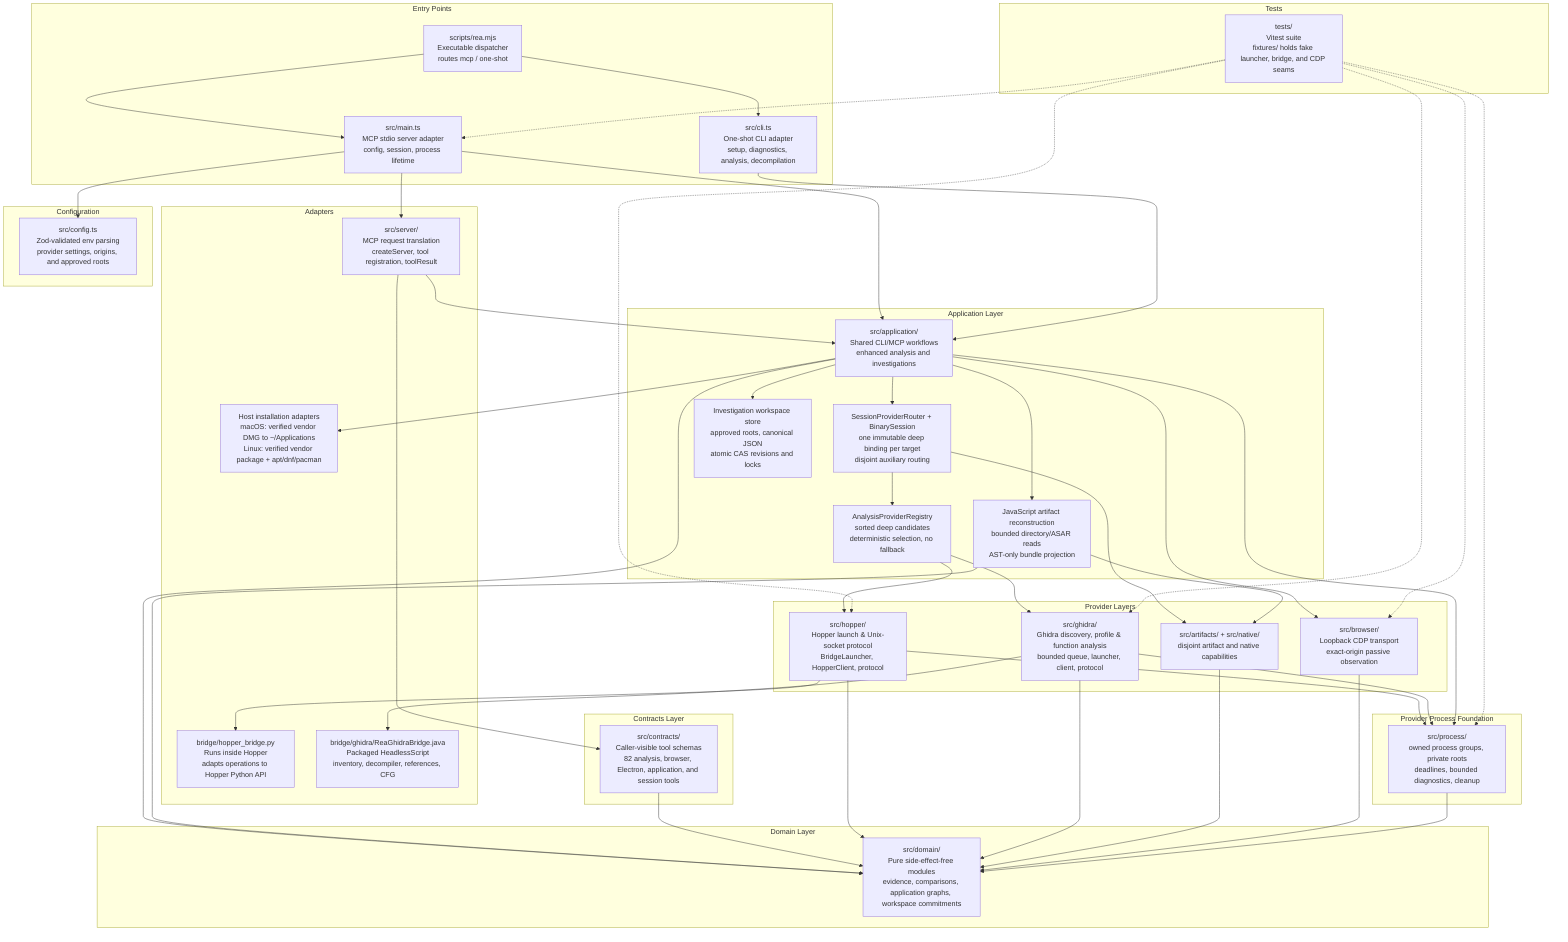
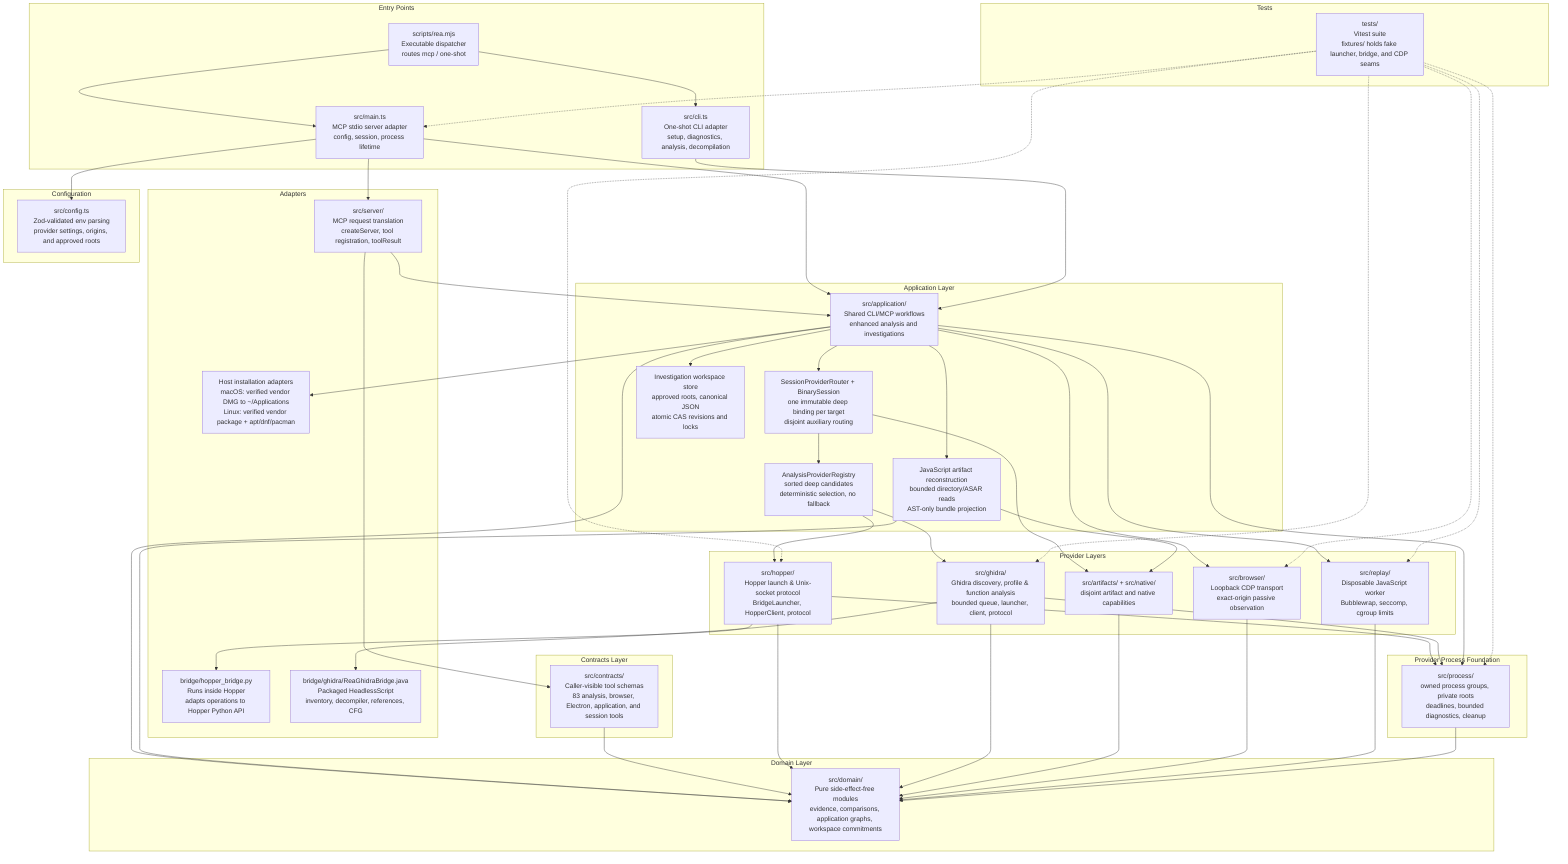
graph TD
    subgraph "Entry Points"
        CLI["src/cli.ts<br/>One-shot CLI adapter<br/>setup, diagnostics, analysis, decompilation"]
        MAIN["src/main.ts<br/>MCP stdio server adapter<br/>config, session, process lifetime"]
        DISPATCH["scripts/rea.mjs<br/>Executable dispatcher<br/>routes mcp / one-shot"]
    end

    subgraph "Adapters"
        SERVER["src/server/<br/>MCP request translation<br/>createServer, tool registration, toolResult"]
        HOPPER_BRIDGE["bridge/hopper_bridge.py<br/>Runs inside Hopper<br/>adapts operations to Hopper Python API"]
        GHIDRA_BRIDGE["bridge/ghidra/ReaGhidraBridge.java<br/>Packaged HeadlessScript<br/>inventory, decompiler, references, CFG"]
        INSTALL["Host installation adapters<br/>macOS: verified vendor DMG to ~/Applications<br/>Linux: verified vendor package + apt/dnf/pacman"]
    end

    subgraph "Application Layer"
        APP["src/application/<br/>Shared CLI/MCP workflows<br/>enhanced analysis and investigations"]
        SESSION["SessionProviderRouter + BinarySession<br/>one immutable deep binding per target<br/>disjoint auxiliary routing"]
        REGISTRY["AnalysisProviderRegistry<br/>sorted deep candidates<br/>deterministic selection, no fallback"]
        WORKSPACE["Investigation workspace store<br/>approved roots, canonical JSON<br/>atomic CAS revisions and locks"]
        JS_RECON["JavaScript artifact reconstruction<br/>bounded directory/ASAR reads<br/>AST-only bundle projection"]
    end

    subgraph "Provider Layers"
        HOPPER["src/hopper/<br/>Hopper launch & Unix-socket protocol<br/>BridgeLauncher, HopperClient, protocol"]
        GHIDRA["src/ghidra/<br/>Ghidra discovery, profile & function analysis<br/>bounded queue, launcher, client, protocol"]
        AUX["src/artifacts/ + src/native/<br/>disjoint artifact and native capabilities"]
        BROWSER["src/browser/<br/>Loopback CDP transport<br/>exact-origin passive observation"]
+         REPLAY["src/replay/<br/>Disposable JavaScript worker<br/>Bubblewrap, seccomp, cgroup limits"]
    end

    subgraph "Provider Process Foundation"
        PROCESS["src/process/<br/>owned process groups, private roots<br/>deadlines, bounded diagnostics, cleanup"]
    end

    subgraph "Contracts Layer"
-         CONTRACTS["src/contracts/<br/>Caller-visible tool schemas<br/>82 analysis, browser, Electron, application, and session tools"]
+         CONTRACTS["src/contracts/<br/>Caller-visible tool schemas<br/>83 analysis, browser, Electron, application, and session tools"]
    end

    subgraph "Domain Layer"
        DOMAIN["src/domain/<br/>Pure side-effect-free modules<br/>evidence, comparisons, application graphs, workspace commitments"]
    end

    subgraph "Configuration"
        CONFIG["src/config.ts<br/>Zod-validated env parsing<br/>provider settings, origins, and approved roots"]
    end

    subgraph "Tests"
        TESTS["tests/<br/>Vitest suite<br/>fixtures/ holds fake launcher, bridge, and CDP seams"]
    end

    DISPATCH --> CLI
    DISPATCH --> MAIN
    MAIN --> CONFIG
    MAIN --> SERVER
    MAIN --> APP
    CLI --> APP
    APP --> SESSION
    SESSION --> REGISTRY
    REGISTRY --> HOPPER
    REGISTRY --> GHIDRA
    SESSION --> AUX
    APP --> WORKSPACE
    APP --> JS_RECON
    APP --> INSTALL
    SERVER --> CONTRACTS
    SERVER --> APP
    APP --> BROWSER
+     APP --> REPLAY
    HOPPER --> HOPPER_BRIDGE
    GHIDRA --> GHIDRA_BRIDGE
    HOPPER --> PROCESS
    GHIDRA --> PROCESS
    APP --> PROCESS
    APP --> DOMAIN
    JS_RECON --> AUX
    JS_RECON --> DOMAIN
    CONTRACTS --> DOMAIN
    HOPPER --> DOMAIN
    GHIDRA --> DOMAIN
    AUX --> DOMAIN
    BROWSER --> DOMAIN
+     REPLAY --> DOMAIN
    PROCESS --> DOMAIN
    TESTS -.-> MAIN
    TESTS -.-> HOPPER
    TESTS -.-> GHIDRA
    TESTS -.-> PROCESS
    TESTS -.-> BROWSER
+     TESTS -.-> REPLAY
